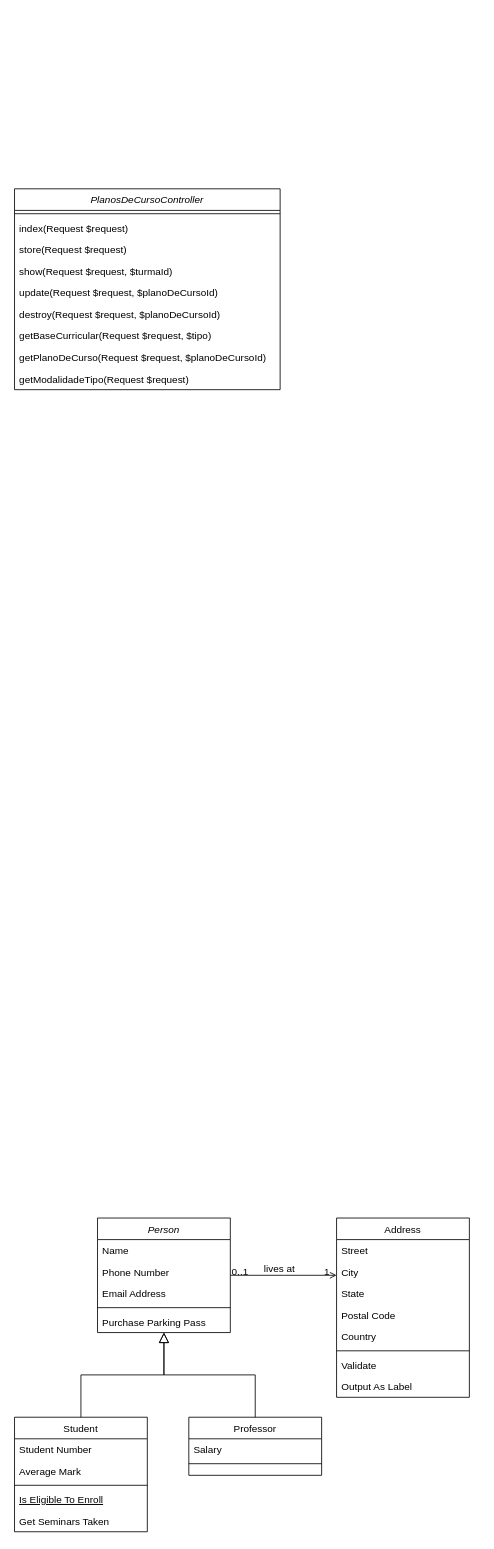
DjalmaANeto/modelagem-planos-de-curso-aula keeps this draw.io diagram as diagrama de classes.drawio. Above is the earlier version. Source tidied: cells renumbered, new cells numbered last; positions are measured from the earlier drawing's top-left corner, leaving out a move shared by most shapes. Both pictures are drawn from the tidied source at 83%, with x=0, y=0 at pixel (14, 188).
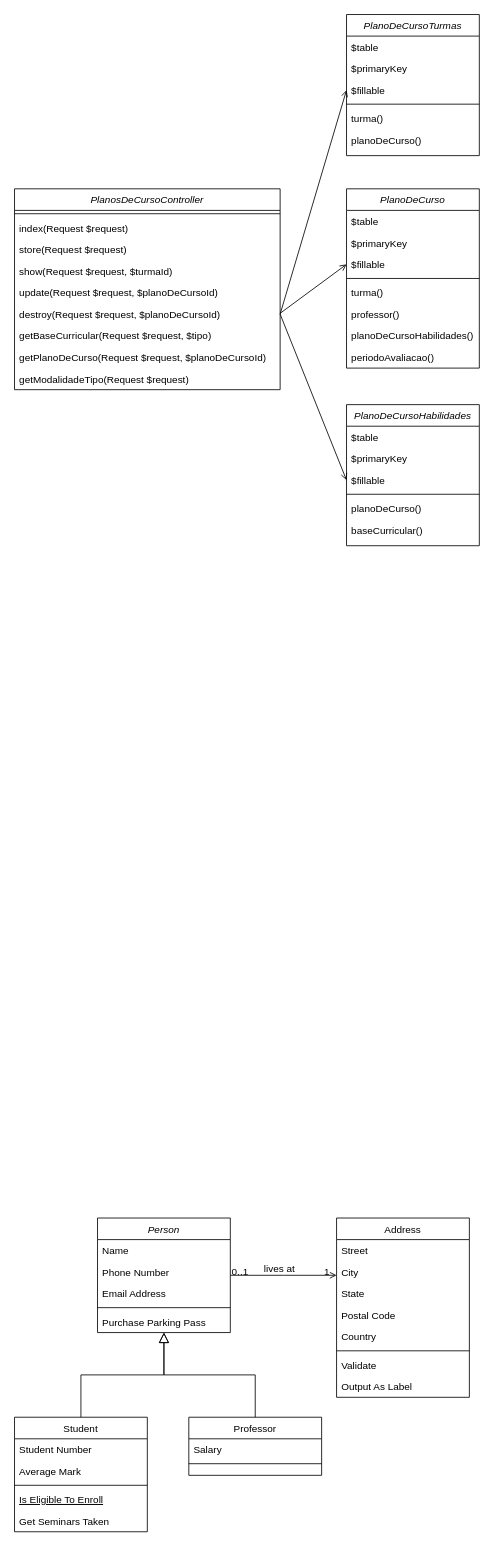
The same page after the edit.

The change refers to these unchanged cells:
```xml
<mxCell id="38" value="destroy(Request $request, $planoDeCursoId)" style="text;align=left;verticalAlign=top;spacingLeft=4;spacingRight=4;overflow=hidden;points=[[0,0.5],[1,0.5]];portConstraint=eastwest;" parent="32" vertex="1">
  <mxGeometry y="138" width="320" height="26" as="geometry" />
</mxCell>
```

The edit, as a diff of the source:
```diff
@@
+    <mxCell id="42" value="PlanoDeCurso" style="swimlane;fontStyle=2;align=center;verticalAlign=top;horizontal=1;startSize=26;rounded=0;shadow=0;strokeWidth=1;" parent="1" vertex="1">
+      <mxGeometry x="400" width="160" height="216" as="geometry" />
+    </mxCell>
+    <mxCell id="43" value="$table" style="text;align=left;verticalAlign=top;spacingLeft=4;spacingRight=4;overflow=hidden;" parent="42" vertex="1">
+      <mxGeometry y="26" width="160" height="26" as="geometry" />
+    </mxCell>
+    <mxCell id="44" value="$primaryKey" style="text;align=left;verticalAlign=top;spacingLeft=4;spacingRight=4;overflow=hidden;rounded=0;shadow=0;html=0;" parent="42" vertex="1">
+      <mxGeometry y="52" width="160" height="26" as="geometry" />
+    </mxCell>
+    <mxCell id="45" value="$fillable" style="text;align=left;verticalAlign=top;spacingLeft=4;spacingRight=4;overflow=hidden;points=[[0,0.5],[1,0.5]];portConstraint=eastwest;rounded=0;shadow=0;html=0;" parent="42" vertex="1">
+      <mxGeometry y="78" width="160" height="26" as="geometry" />
+    </mxCell>
+    <mxCell id="46" style="line;html=1;strokeWidth=1;align=left;verticalAlign=middle;spacingTop=-1;spacingLeft=3;spacingRight=3;labelPosition=right;" parent="42" vertex="1">
+      <mxGeometry y="104" width="160" height="8" as="geometry" />
+    </mxCell>
+    <mxCell id="47" value="turma()" style="text;align=left;verticalAlign=top;spacingLeft=4;spacingRight=4;overflow=hidden;fontColor=default;" parent="42" vertex="1">
+      <mxGeometry y="112" width="160" height="26" as="geometry" />
+    </mxCell>
+    <mxCell id="48" value="professor()" style="text;align=left;verticalAlign=top;spacingLeft=4;spacingRight=4;overflow=hidden;" parent="42" vertex="1">
+      <mxGeometry y="138" width="160" height="26" as="geometry" />
+    </mxCell>
+    <mxCell id="49" value="planoDeCursoHabilidades()" style="text;align=left;verticalAlign=top;spacingLeft=4;spacingRight=4;overflow=hidden;" parent="42" vertex="1">
+      <mxGeometry y="164" width="160" height="26" as="geometry" />
+    </mxCell>
+    <mxCell id="50" value="periodoAvaliacao()" style="text;align=left;verticalAlign=top;spacingLeft=4;spacingRight=4;overflow=hidden;" parent="42" vertex="1">
+      <mxGeometry y="190" width="160" height="26" as="geometry" />
+    </mxCell>
+    <mxCell id="51" value="PlanoDeCursoTurmas" style="swimlane;fontStyle=2;align=center;verticalAlign=top;horizontal=1;startSize=26;rounded=0;shadow=0;strokeWidth=1;" parent="1" vertex="1">
+      <mxGeometry x="400" y="-210" width="160" height="170" as="geometry" />
+    </mxCell>
+    <mxCell id="52" value="$table" style="text;align=left;verticalAlign=top;spacingLeft=4;spacingRight=4;overflow=hidden;" parent="51" vertex="1">
+      <mxGeometry y="26" width="160" height="26" as="geometry" />
+    </mxCell>
+    <mxCell id="53" value="$primaryKey" style="text;align=left;verticalAlign=top;spacingLeft=4;spacingRight=4;overflow=hidden;rounded=0;shadow=0;html=0;" parent="51" vertex="1">
+      <mxGeometry y="52" width="160" height="26" as="geometry" />
+    </mxCell>
+    <mxCell id="54" value="$fillable" style="text;align=left;verticalAlign=top;spacingLeft=4;spacingRight=4;overflow=hidden;points=[[0,0.5],[1,0.5]];portConstraint=eastwest;rounded=0;shadow=0;html=0;" parent="51" vertex="1">
+      <mxGeometry y="78" width="160" height="26" as="geometry" />
+    </mxCell>
+    <mxCell id="55" style="line;html=1;strokeWidth=1;align=left;verticalAlign=middle;spacingTop=-1;spacingLeft=3;spacingRight=3;labelPosition=right;" parent="51" vertex="1">
+      <mxGeometry y="104" width="160" height="8" as="geometry" />
+    </mxCell>
+    <mxCell id="56" value="turma()" style="text;align=left;verticalAlign=top;spacingLeft=4;spacingRight=4;overflow=hidden;fontColor=default;" parent="51" vertex="1">
+      <mxGeometry y="112" width="160" height="26" as="geometry" />
+    </mxCell>
+    <mxCell id="57" value="planoDeCurso()" style="text;align=left;verticalAlign=top;spacingLeft=4;spacingRight=4;overflow=hidden;" parent="51" vertex="1">
+      <mxGeometry y="138" width="160" height="26" as="geometry" />
+    </mxCell>
+    <mxCell id="58" value="PlanoDeCursoHabilidades" style="swimlane;fontStyle=2;align=center;verticalAlign=top;horizontal=1;startSize=26;rounded=0;shadow=0;strokeWidth=1;" parent="1" vertex="1">
+      <mxGeometry x="400" y="260" width="160" height="170" as="geometry" />
+    </mxCell>
+    <mxCell id="59" value="$table" style="text;align=left;verticalAlign=top;spacingLeft=4;spacingRight=4;overflow=hidden;" parent="58" vertex="1">
+      <mxGeometry y="26" width="160" height="26" as="geometry" />
+    </mxCell>
+    <mxCell id="60" value="$primaryKey" style="text;align=left;verticalAlign=top;spacingLeft=4;spacingRight=4;overflow=hidden;rounded=0;shadow=0;html=0;" parent="58" vertex="1">
+      <mxGeometry y="52" width="160" height="26" as="geometry" />
+    </mxCell>
+    <mxCell id="61" value="$fillable" style="text;align=left;verticalAlign=top;spacingLeft=4;spacingRight=4;overflow=hidden;points=[[0,0.5],[1,0.5]];portConstraint=eastwest;rounded=0;shadow=0;html=0;" parent="58" vertex="1">
+      <mxGeometry y="78" width="160" height="26" as="geometry" />
+    </mxCell>
+    <mxCell id="62" style="line;html=1;strokeWidth=1;align=left;verticalAlign=middle;spacingTop=-1;spacingLeft=3;spacingRight=3;labelPosition=right;" parent="58" vertex="1">
+      <mxGeometry y="104" width="160" height="8" as="geometry" />
+    </mxCell>
+    <mxCell id="63" value="planoDeCurso()" style="text;align=left;verticalAlign=top;spacingLeft=4;spacingRight=4;overflow=hidden;fontColor=default;" parent="58" vertex="1">
+      <mxGeometry y="112" width="160" height="26" as="geometry" />
+    </mxCell>
+    <mxCell id="64" value="baseCurricular()" style="text;align=left;verticalAlign=top;spacingLeft=4;spacingRight=4;overflow=hidden;" parent="58" vertex="1">
+      <mxGeometry y="138" width="160" height="26" as="geometry" />
+    </mxCell>
+    <mxCell id="65" style="rounded=0;jettySize=auto;html=1;entryX=0;entryY=0.5;entryDx=0;entryDy=0;endArrow=open;endFill=0;exitX=1;exitY=0.5;exitDx=0;exitDy=0;" parent="1" edge="1" source="38" target="54">
+      <mxGeometry relative="1" as="geometry" />
+    </mxCell>
+    <mxCell id="66" style="rounded=0;jettySize=auto;html=1;entryX=0;entryY=0.5;entryDx=0;entryDy=0;endArrow=open;endFill=0;" parent="1" edge="1" target="45">
+      <mxGeometry relative="1" as="geometry">
+        <mxPoint x="320" y="150" as="sourcePoint" />
+      </mxGeometry>
+    </mxCell>
+    <mxCell id="67" style="rounded=0;jettySize=auto;html=1;entryX=0;entryY=0.5;entryDx=0;entryDy=0;endArrow=open;endFill=0;" parent="1" edge="1" target="61">
+      <mxGeometry relative="1" as="geometry">
+        <mxPoint x="320" y="151" as="sourcePoint" />
+      </mxGeometry>
+    </mxCell>
```
